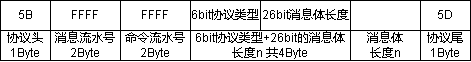
This is 星冠JSON通讯.drawio.png from xktder/draw, a draw.io export, as it was before one commit. Source tidied: cells renumbered, new cells last; positions are measured from the earlier drawing's top-left corner, leaving out a move shared by most shapes.
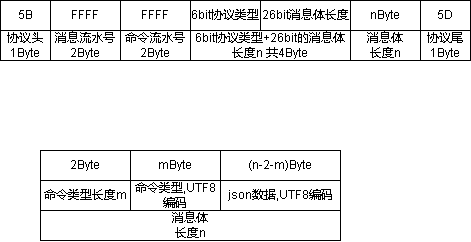
After the change.

Commit message:
更新星冠JSON通讯.drawio.png

What changed in the source:
```diff
@@ -32,7 +32,7 @@
     <mxCell id="11" value="消息体&lt;br&gt;长度n" style="rounded=0;whiteSpace=wrap;html=1;" parent="1" vertex="1">
       <mxGeometry x="350" y="30" width="70" height="30" as="geometry" />
     </mxCell>
-    <mxCell id="12" style="rounded=0;whiteSpace=wrap;html=1;" parent="1" vertex="1">
+    <mxCell id="12" value="nByte" style="rounded=0;whiteSpace=wrap;html=1;" parent="1" vertex="1">
       <mxGeometry x="350" width="70" height="30" as="geometry" />
     </mxCell>
     <mxCell id="13" value="协议尾&lt;br&gt;1Byte" style="rounded=0;whiteSpace=wrap;html=1;" parent="1" vertex="1">
@@ -41,5 +41,26 @@
     <mxCell id="14" value="5D" style="rounded=0;whiteSpace=wrap;html=1;" parent="1" vertex="1">
       <mxGeometry x="420" width="50" height="30" as="geometry" />
     </mxCell>
+    <mxCell id="15" value="命令类型长度m" style="rounded=0;whiteSpace=wrap;html=1;" parent="1" vertex="1">
+      <mxGeometry x="40" y="180" width="90" height="30" as="geometry" />
+    </mxCell>
+    <mxCell id="16" value="2Byte" style="rounded=0;whiteSpace=wrap;html=1;" parent="1" vertex="1">
+      <mxGeometry x="40" y="150" width="90" height="30" as="geometry" />
+    </mxCell>
+    <mxCell id="17" value="命令类型,UTF8编码" style="rounded=0;whiteSpace=wrap;html=1;" parent="1" vertex="1">
+      <mxGeometry x="130" y="180" width="90" height="30" as="geometry" />
+    </mxCell>
+    <mxCell id="18" value="mByte" style="rounded=0;whiteSpace=wrap;html=1;" parent="1" vertex="1">
+      <mxGeometry x="130" y="150" width="90" height="30" as="geometry" />
+    </mxCell>
+    <mxCell id="19" value="(n-2-m)Byte" style="rounded=0;whiteSpace=wrap;html=1;" parent="1" vertex="1">
+      <mxGeometry x="220" y="150" width="120" height="30" as="geometry" />
+    </mxCell>
+    <mxCell id="20" value="json数据,UTF8编码" style="rounded=0;whiteSpace=wrap;html=1;" parent="1" vertex="1">
+      <mxGeometry x="220" y="180" width="120" height="30" as="geometry" />
+    </mxCell>
+    <mxCell id="21" value="消息体&lt;br&gt;长度n" style="rounded=0;whiteSpace=wrap;html=1;" parent="1" vertex="1">
+      <mxGeometry x="40" y="210" width="300" height="30" as="geometry" />
+    </mxCell>
   </root>
 </mxGraphModel>
```
